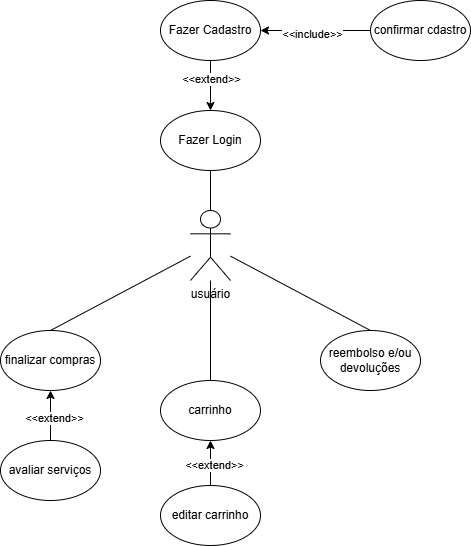
This is Casos_de_uso.drawio.png from Freakzn/Aulas, a draw.io export, as it was before one commit. Source tidied: cells renumbered, new cells last; positions are measured from the earlier drawing's top-left corner, leaving out a move shared by most shapes.
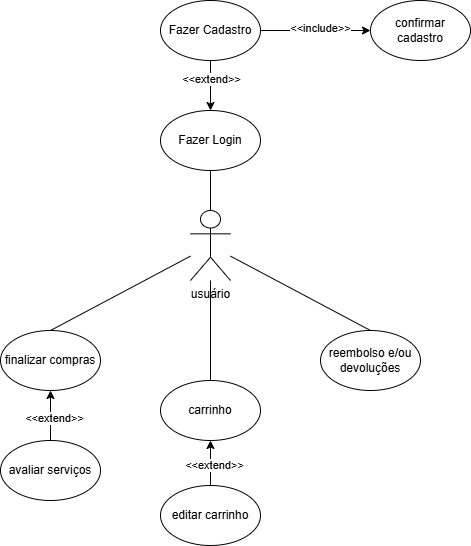
After the commit.

The edit, as a diff of the source:
```diff
@@ -20,7 +20,7 @@
     <mxCell id="7" value="Fazer Cadastro" style="ellipse;whiteSpace=wrap;html=1;" parent="1" vertex="1">
       <mxGeometry x="160" width="100" height="60" as="geometry" />
     </mxCell>
-    <mxCell id="8" value="confirmar cdastro" style="ellipse;whiteSpace=wrap;html=1;" parent="1" vertex="1">
+    <mxCell id="8" value="confirmar cadastro" style="ellipse;whiteSpace=wrap;html=1;" parent="1" vertex="1">
       <mxGeometry x="370" width="100" height="60" as="geometry" />
     </mxCell>
     <mxCell id="9" value="carrinho" style="ellipse;whiteSpace=wrap;html=1;" parent="1" vertex="1">
@@ -59,7 +59,7 @@
     <mxCell id="20" value="&amp;lt;&amp;lt;extend&amp;gt;&amp;gt;" style="edgeLabel;html=1;align=center;verticalAlign=middle;" parent="19" vertex="1">
       <mxGeometry x="-0.07" y="-3" relative="1" as="geometry" />
     </mxCell>
-    <mxCell id="21" style="endArrow=classic;html=1;rounded=0;entryX=1;entryY=0.5;entryDx=0;entryDy=0;exitX=0;exitY=0.5;exitDx=0;exitDy=0;" parent="1" edge="1" source="8" target="7">
+    <mxCell id="21" style="endArrow=classic;html=1;rounded=0;entryX=0;entryY=0.5;entryDx=0;entryDy=0;exitX=1;exitY=0.5;exitDx=0;exitDy=0;" parent="1" edge="1" source="7" target="8">
       <mxGeometry relative="1" as="geometry" />
     </mxCell>
     <mxCell id="22" value="&amp;lt;&amp;lt;include&amp;gt;&amp;gt;" style="edgeLabel;html=1;align=center;verticalAlign=middle;" parent="21" vertex="1">
```
